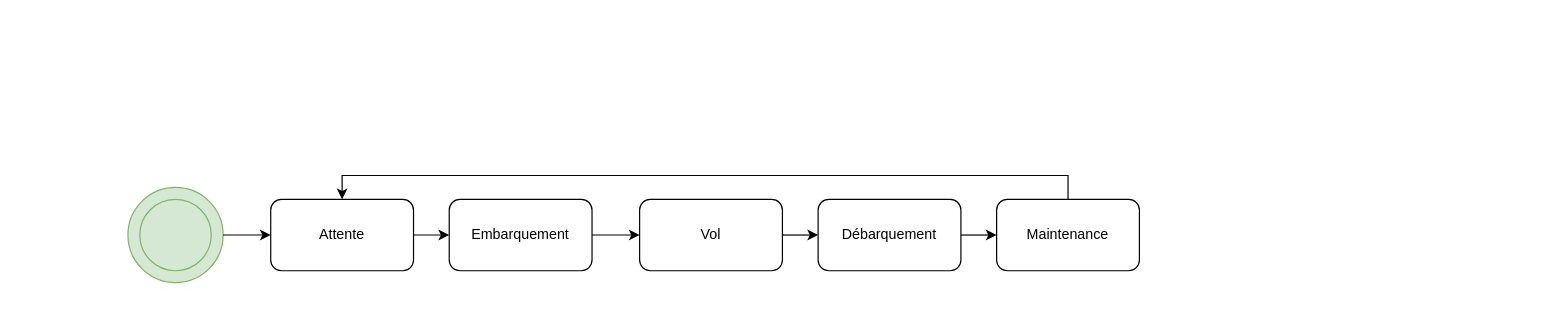
Above: EtatPassager.drawio in felixcharbonneau/Echec (draw.io), before the change. Source tidied: cells renumbered, new cells numbered last; positions are measured from the earlier drawing's top-left corner, leaving out a move shared by most shapes. Both pictures are drawn from the tidied source at 119%, with x=0, y=0 at pixel (127, 187).
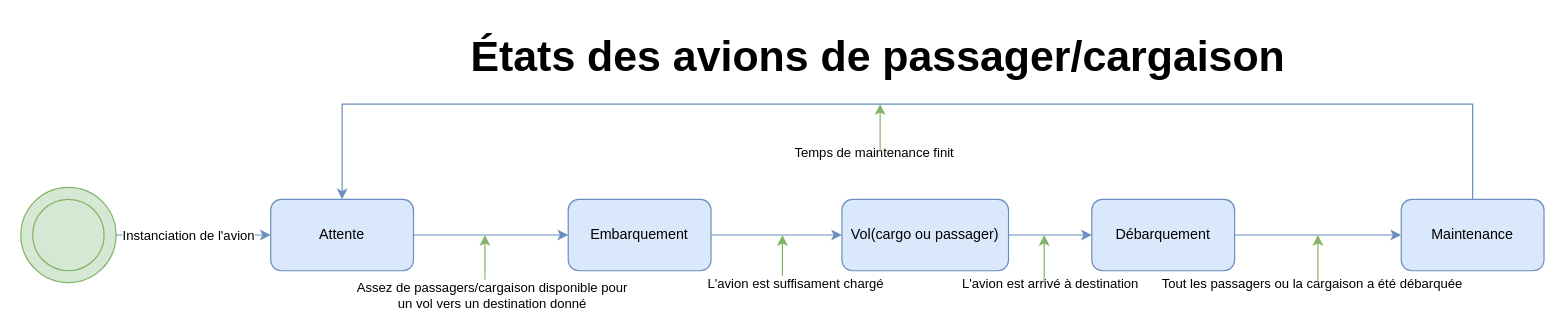
Above is the later version.

Unchanged cells that the change refers to:
```xml
<mxCell id="3" style="ellipse;whiteSpace=wrap;html=1;fillColor=#d5e8d4;strokeColor=#82b366;" parent="2" vertex="1">
  <mxGeometry width="80" height="80" as="geometry" />
</mxCell>
```

Diff of the diagram source:
```diff
@@
     <mxCell id="2" style="group;" parent="1" vertex="1">
-      <mxGeometry width="80" height="80" as="geometry" />
+      <mxGeometry x="-90" width="80" height="80" as="geometry" />
     </mxCell>
@@
-    <mxCell id="5" style="edgeStyle=orthogonalEdgeStyle;rounded=0;jettySize=auto;html=1;exitX=1;exitY=0.5;exitDx=0;exitDy=0;" parent="1" edge="1" source="6" target="8">
+    <mxCell id="5" style="edgeStyle=orthogonalEdgeStyle;rounded=0;jettySize=auto;html=1;exitX=1;exitY=0.5;exitDx=0;exitDy=0;fillColor=#dae8fc;strokeColor=#6c8ebf;" parent="1" edge="1" source="6" target="8">
       <mxGeometry relative="1" as="geometry" />
     </mxCell>
-    <mxCell id="6" value="Attente" style="rounded=1;whiteSpace=wrap;html=1;" parent="1" vertex="1">
+    <mxCell id="6" value="Attente" style="rounded=1;whiteSpace=wrap;html=1;fillColor=#dae8fc;strokeColor=#6c8ebf;" parent="1" vertex="1">
       <mxGeometry x="120" y="10" width="120" height="60" as="geometry" />
     </mxCell>
-    <mxCell id="7" style="edgeStyle=orthogonalEdgeStyle;rounded=0;jettySize=auto;html=1;exitX=1;exitY=0.5;exitDx=0;exitDy=0;" parent="1" edge="1" source="8" target="10">
+    <mxCell id="7" style="edgeStyle=orthogonalEdgeStyle;rounded=0;jettySize=auto;html=1;exitX=1;exitY=0.5;exitDx=0;exitDy=0;fillColor=#dae8fc;strokeColor=#6c8ebf;" parent="1" edge="1" source="8" target="10">
       <mxGeometry relative="1" as="geometry" />
     </mxCell>
-    <mxCell id="8" value="Embarquement" style="rounded=1;whiteSpace=wrap;html=1;" parent="1" vertex="1">
-      <mxGeometry x="270" y="10" width="120" height="60" as="geometry" />
+    <mxCell id="8" value="Embarquement" style="rounded=1;whiteSpace=wrap;html=1;fillColor=#dae8fc;strokeColor=#6c8ebf;" parent="1" vertex="1">
+      <mxGeometry x="370" y="10" width="120" height="60" as="geometry" />
     </mxCell>
-    <mxCell id="9" style="edgeStyle=orthogonalEdgeStyle;rounded=0;jettySize=auto;html=1;exitX=1;exitY=0.5;exitDx=0;exitDy=0;entryX=0;entryY=0.5;entryDx=0;entryDy=0;" parent="1" edge="1" source="10" target="12">
+    <mxCell id="9" style="edgeStyle=orthogonalEdgeStyle;rounded=0;jettySize=auto;html=1;exitX=1;exitY=0.5;exitDx=0;exitDy=0;entryX=0;entryY=0.5;entryDx=0;entryDy=0;fillColor=#dae8fc;strokeColor=#6c8ebf;" parent="1" edge="1" source="10" target="12">
       <mxGeometry relative="1" as="geometry" />
     </mxCell>
+    <mxCell id="16" value="L'avion est arrivé à destination" style="edgeLabel;html=1;align=center;verticalAlign=middle;" parent="9" vertex="1">
+      <mxGeometry x="-0.04" y="-3" relative="1" as="geometry">
+        <mxPoint y="37" as="offset" />
+      </mxGeometry>
+    </mxCell>
-    <mxCell id="10" value="Vol" style="rounded=1;whiteSpace=wrap;html=1;" parent="1" vertex="1">
-      <mxGeometry x="430" y="10" width="120" height="60" as="geometry" />
+    <mxCell id="10" value="Vol(cargo ou passager)" style="rounded=1;whiteSpace=wrap;html=1;fillColor=#dae8fc;strokeColor=#6c8ebf;" parent="1" vertex="1">
+      <mxGeometry x="600" y="10" width="140" height="60" as="geometry" />
     </mxCell>
-    <mxCell id="11" style="edgeStyle=orthogonalEdgeStyle;rounded=0;jettySize=auto;html=1;exitX=1;exitY=0.5;exitDx=0;exitDy=0;entryX=0;entryY=0.5;entryDx=0;entryDy=0;" parent="1" edge="1" source="12" target="14">
+    <mxCell id="11" style="edgeStyle=orthogonalEdgeStyle;rounded=0;jettySize=auto;html=1;exitX=1;exitY=0.5;exitDx=0;exitDy=0;entryX=0;entryY=0.5;entryDx=0;entryDy=0;fillColor=#dae8fc;strokeColor=#6c8ebf;" parent="1" edge="1" source="12" target="14">
       <mxGeometry relative="1" as="geometry" />
     </mxCell>
+    <mxCell id="17" value="Tout les passagers ou la cargaison a été débarquée" style="edgeLabel;html=1;align=center;verticalAlign=middle;" parent="11" vertex="1">
+      <mxGeometry x="-0.08" y="1" relative="1" as="geometry">
+        <mxPoint y="41" as="offset" />
+      </mxGeometry>
+    </mxCell>
-    <mxCell id="12" value="Débarquement" style="rounded=1;whiteSpace=wrap;html=1;" parent="1" vertex="1">
-      <mxGeometry x="580" y="10" width="120" height="60" as="geometry" />
+    <mxCell id="12" value="Débarquement" style="rounded=1;whiteSpace=wrap;html=1;fillColor=#dae8fc;strokeColor=#6c8ebf;" parent="1" vertex="1">
+      <mxGeometry x="810" y="10" width="120" height="60" as="geometry" />
     </mxCell>
-    <mxCell id="13" style="edgeStyle=orthogonalEdgeStyle;rounded=0;jettySize=auto;html=1;exitX=0.5;exitY=0;exitDx=0;exitDy=0;entryX=0.5;entryY=0;entryDx=0;entryDy=0;" parent="1" edge="1" source="14" target="6">
-      <mxGeometry relative="1" as="geometry" />
+    <mxCell id="13" style="edgeStyle=orthogonalEdgeStyle;rounded=0;jettySize=auto;html=1;exitX=0.5;exitY=0;exitDx=0;exitDy=0;entryX=0.5;entryY=0;entryDx=0;entryDy=0;fillColor=#dae8fc;strokeColor=#6c8ebf;" parent="1" edge="1" source="14" target="6">
+      <mxGeometry relative="1" as="geometry">
+        <Array as="points">
+          <mxPoint x="1130" y="-70" />
+          <mxPoint x="180" y="-70" />
+        </Array>
+      </mxGeometry>
     </mxCell>
-    <mxCell id="14" value="Maintenance" style="rounded=1;whiteSpace=wrap;html=1;" parent="1" vertex="1">
-      <mxGeometry x="730" y="10" width="120" height="60" as="geometry" />
+    <mxCell id="14" value="Maintenance" style="rounded=1;whiteSpace=wrap;html=1;fillColor=#dae8fc;strokeColor=#6c8ebf;" parent="1" vertex="1">
+      <mxGeometry x="1070" y="10" width="120" height="60" as="geometry" />
     </mxCell>
-    <mxCell id="15" style="edgeStyle=orthogonalEdgeStyle;rounded=0;jettySize=auto;html=1;exitX=1;exitY=0.5;exitDx=0;exitDy=0;" parent="1" edge="1" source="3" target="6">
+    <mxCell id="15" style="edgeStyle=orthogonalEdgeStyle;rounded=0;jettySize=auto;html=1;exitX=1;exitY=0.5;exitDx=0;exitDy=0;fillColor=#dae8fc;strokeColor=#6c8ebf;" parent="1" edge="1" source="3" target="6">
       <mxGeometry relative="1" as="geometry" />
     </mxCell>
+    <mxCell id="18" value="Instanciation de l'avion" style="edgeLabel;html=1;align=center;verticalAlign=middle;" parent="15" vertex="1">
+      <mxGeometry x="0.02" relative="1" as="geometry">
+        <mxPoint x="-6" as="offset" />
+      </mxGeometry>
+    </mxCell>
+    <mxCell id="19" style="endArrow=classic;html=1;rounded=0;fillColor=#d5e8d4;strokeColor=#82b366;" parent="1" edge="1">
+      <mxGeometry relative="1" as="geometry">
+        <mxPoint x="1000" y="80" as="sourcePoint" />
+        <mxPoint x="1000" y="40" as="targetPoint" />
+      </mxGeometry>
+    </mxCell>
+    <mxCell id="20" style="endArrow=classic;html=1;rounded=0;fillColor=#d5e8d4;strokeColor=#82b366;" parent="1" edge="1">
+      <mxGeometry relative="1" as="geometry">
+        <mxPoint x="770" y="80" as="sourcePoint" />
+        <mxPoint x="770" y="40" as="targetPoint" />
+      </mxGeometry>
+    </mxCell>
+    <mxCell id="21" style="endArrow=classic;html=1;rounded=0;fillColor=#d5e8d4;strokeColor=#82b366;" parent="1" edge="1">
+      <mxGeometry relative="1" as="geometry">
+        <mxPoint x="550" y="80" as="sourcePoint" />
+        <mxPoint x="550" y="40" as="targetPoint" />
+      </mxGeometry>
+    </mxCell>
+    <mxCell id="22" value="L'avion est suffisament chargé" style="edgeLabel;html=1;align=center;verticalAlign=middle;" parent="1" vertex="1">
+      <mxGeometry x="560" y="80" as="geometry" />
+    </mxCell>
+    <mxCell id="23" value="États des avions de passager/cargaison" style="text;html=1;align=center;verticalAlign=middle;strokeColor=none;fillColor=none;fontSize=36;fontStyle=1;" parent="1" vertex="1">
+      <mxGeometry x="300" y="-140" width="660" height="60" as="geometry" />
+    </mxCell>
+    <mxCell id="24" value="Temps de maintenance finit" style="edgeLabel;html=1;align=center;verticalAlign=middle;" parent="1" vertex="1">
+      <mxGeometry x="626.8" y="-30" as="geometry" />
+    </mxCell>
+    <mxCell id="25" style="endArrow=classic;html=1;rounded=0;fillColor=#d5e8d4;strokeColor=#82b366;" parent="1" edge="1">
+      <mxGeometry relative="1" as="geometry">
+        <mxPoint x="632.1" y="-30" as="sourcePoint" />
+        <mxPoint x="632.1" y="-70" as="targetPoint" />
+      </mxGeometry>
+    </mxCell>
+    <mxCell id="26" style="endArrow=classic;html=1;rounded=0;fillColor=#d5e8d4;strokeColor=#82b366;" parent="1" edge="1">
+      <mxGeometry relative="1" as="geometry">
+        <mxPoint x="300" y="80" as="sourcePoint" />
+        <mxPoint x="300" y="40" as="targetPoint" />
+      </mxGeometry>
+    </mxCell>
+    <mxCell id="27" value="Assez de passagers/cargaison disponible pour&lt;div&gt;un vol vers un destination donné&lt;/div&gt;" style="edgeLabel;html=1;align=center;verticalAlign=middle;" parent="1" vertex="1">
+      <mxGeometry x="305" y="90" as="geometry" />
+    </mxCell>
```
